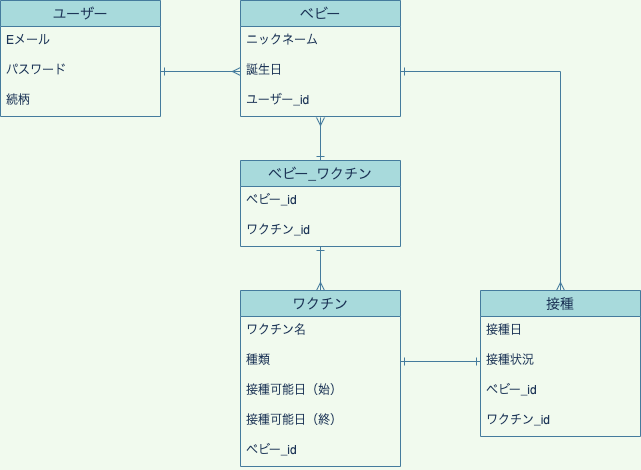
Before: baby_app_erd_ja.png, a diagram exported from draw.io (katao-eng/baby-app). Source tidied: cells renumbered, new cells last; positions are measured from the earlier drawing's top-left corner, leaving out a move shared by most shapes.
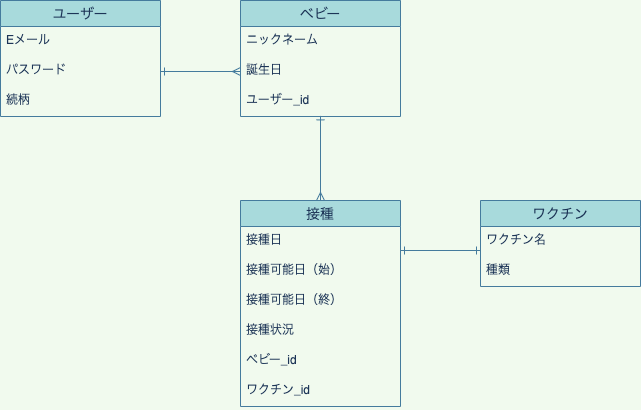
The same diagram one commit later.

Commit message:
ER図（日本語）修正

Change to the diagram source:
```diff
@@ -27,25 +27,28 @@
       <mxGeometry y="86" width="160" height="30" as="geometry" />
     </mxCell>
     <mxCell id="10" value="接種" style="swimlane;fontStyle=0;horizontal=1;startSize=26;align=center;fontSize=14;fillColor=#A8DADC;strokeColor=#457B9D;fontColor=#1D3557;" parent="1" vertex="1">
-      <mxGeometry x="480" y="290" width="160" height="146" as="geometry" />
+      <mxGeometry x="240" y="200" width="160" height="206" as="geometry" />
     </mxCell>
     <mxCell id="11" value="接種日" style="text;strokeColor=none;fillColor=none;spacingLeft=4;spacingRight=4;overflow=hidden;fontSize=12;fontColor=#1D3557;" parent="10" vertex="1">
       <mxGeometry y="26" width="160" height="30" as="geometry" />
     </mxCell>
+    <mxCell id="19" value="接種可能日（始）" style="text;strokeColor=none;fillColor=none;spacingLeft=4;spacingRight=4;overflow=hidden;fontSize=12;fontColor=#1D3557;" parent="10" vertex="1">
+      <mxGeometry y="56" width="160" height="30" as="geometry" />
+    </mxCell>
+    <mxCell id="20" value="接種可能日（終）" style="text;strokeColor=none;fillColor=none;spacingLeft=4;spacingRight=4;overflow=hidden;fontSize=12;fontColor=#1D3557;" parent="10" vertex="1">
+      <mxGeometry y="86" width="160" height="30" as="geometry" />
+    </mxCell>
     <mxCell id="12" value="接種状況" style="text;strokeColor=none;fillColor=none;spacingLeft=4;spacingRight=4;overflow=hidden;points=[[0,0.5],[1,0.5]];portConstraint=eastwest;fontSize=12;fontColor=#1D3557;" parent="10" vertex="1">
-      <mxGeometry y="56" width="160" height="30" as="geometry" />
+      <mxGeometry y="116" width="160" height="30" as="geometry" />
     </mxCell>
     <mxCell id="13" value="ベビー_id" style="text;strokeColor=none;fillColor=none;spacingLeft=4;spacingRight=4;overflow=hidden;fontSize=12;fontColor=#1D3557;" parent="10" vertex="1">
-      <mxGeometry y="86" width="160" height="30" as="geometry" />
+      <mxGeometry y="146" width="160" height="30" as="geometry" />
     </mxCell>
     <mxCell id="14" value="ワクチン_id" style="text;strokeColor=none;fillColor=none;spacingLeft=4;spacingRight=4;overflow=hidden;fontSize=12;fontColor=#1D3557;" parent="10" vertex="1">
-      <mxGeometry y="116" width="160" height="30" as="geometry" />
+      <mxGeometry y="176" width="160" height="30" as="geometry" />
     </mxCell>
-    <mxCell id="15" style="edgeStyle=orthogonalEdgeStyle;curved=0;rounded=1;sketch=0;jettySize=auto;html=1;fontColor=#1D3557;strokeColor=#457B9D;fillColor=#A8DADC;startArrow=ERmany;startFill=0;endArrow=ERone;endFill=0;" parent="1" edge="1" source="16" target="26">
-      <mxGeometry relative="1" as="geometry" />
-    </mxCell>
     <mxCell id="16" value="ワクチン" style="swimlane;fontStyle=0;horizontal=1;startSize=26;align=center;fontSize=14;fillColor=#A8DADC;strokeColor=#457B9D;fontColor=#1D3557;" parent="1" vertex="1">
-      <mxGeometry x="240" y="290" width="160" height="176" as="geometry" />
+      <mxGeometry x="480" y="200" width="160" height="86" as="geometry" />
     </mxCell>
     <mxCell id="17" value="ワクチン名" style="text;strokeColor=none;fillColor=none;spacingLeft=4;spacingRight=4;overflow=hidden;fontSize=12;fontColor=#1D3557;" parent="16" vertex="1">
       <mxGeometry y="26" width="160" height="30" as="geometry" />
@@ -53,35 +56,21 @@
     <mxCell id="18" value="種類" style="text;strokeColor=none;fillColor=none;spacingLeft=4;spacingRight=4;overflow=hidden;points=[[0,0.5],[1,0.5]];portConstraint=eastwest;fontSize=12;fontColor=#1D3557;" parent="16" vertex="1">
       <mxGeometry y="56" width="160" height="30" as="geometry" />
     </mxCell>
-    <mxCell id="19" value="接種可能日（始）" style="text;strokeColor=none;fillColor=none;spacingLeft=4;spacingRight=4;overflow=hidden;fontSize=12;fontColor=#1D3557;" parent="16" vertex="1">
-      <mxGeometry y="86" width="160" height="30" as="geometry" />
-    </mxCell>
-    <mxCell id="20" value="接種可能日（終）" style="text;strokeColor=none;fillColor=none;spacingLeft=4;spacingRight=4;overflow=hidden;fontSize=12;fontColor=#1D3557;" parent="16" vertex="1">
-      <mxGeometry y="116" width="160" height="30" as="geometry" />
-    </mxCell>
-    <mxCell id="21" value="ベビー_id" style="text;strokeColor=none;fillColor=none;spacingLeft=4;spacingRight=4;overflow=hidden;fontSize=12;fontColor=#1D3557;" parent="16" vertex="1">
-      <mxGeometry y="146" width="160" height="30" as="geometry" />
-    </mxCell>
     <mxCell id="22" style="edgeStyle=orthogonalEdgeStyle;rounded=0;jettySize=auto;html=1;exitX=1;exitY=0.5;exitDx=0;exitDy=0;entryX=0;entryY=0.5;entryDx=0;entryDy=0;startArrow=ERone;startFill=0;endArrow=ERmany;endFill=0;labelBackgroundColor=#F1FAEE;strokeColor=#457B9D;fontColor=#1D3557;" parent="1" edge="1" source="4" target="8">
       <mxGeometry relative="1" as="geometry" />
     </mxCell>
-    <mxCell id="23" style="edgeStyle=orthogonalEdgeStyle;rounded=0;jettySize=auto;html=1;exitX=1;exitY=0.5;exitDx=0;exitDy=0;entryX=0.5;entryY=0;entryDx=0;entryDy=0;startArrow=ERone;startFill=0;endArrow=ERmany;endFill=0;labelBackgroundColor=#F1FAEE;strokeColor=#457B9D;fontColor=#1D3557;" parent="1" edge="1" source="8" target="10">
+    <mxCell id="23" style="edgeStyle=orthogonalEdgeStyle;rounded=0;jettySize=auto;html=1;entryX=0.5;entryY=0;entryDx=0;entryDy=0;startArrow=ERone;startFill=0;endArrow=ERmany;endFill=0;labelBackgroundColor=#F1FAEE;strokeColor=#457B9D;fontColor=#1D3557;exitX=0.5;exitY=0.98;exitDx=0;exitDy=0;exitPerimeter=0;" parent="1" edge="1" source="9" target="10">
       <mxGeometry relative="1" as="geometry" />
     </mxCell>
-    <mxCell id="24" style="edgeStyle=orthogonalEdgeStyle;rounded=0;jettySize=auto;html=1;exitX=1;exitY=0.5;exitDx=0;exitDy=0;startArrow=ERone;startFill=0;endArrow=ERone;endFill=0;entryX=0;entryY=0.5;entryDx=0;entryDy=0;labelBackgroundColor=#F1FAEE;strokeColor=#457B9D;fontColor=#1D3557;" parent="1" edge="1" source="18" target="12">
-      <mxGeometry relative="1" as="geometry" />
+    <mxCell id="24" style="edgeStyle=orthogonalEdgeStyle;rounded=0;orthogonalLoop=1;jettySize=auto;html=1;startArrow=ERone;startFill=0;endArrow=ERone;endFill=0;labelBackgroundColor=#F1FAEE;strokeColor=#457B9D;fontColor=#1D3557;" parent="1" edge="1">
+      <mxGeometry relative="1" as="geometry">
+        <mxPoint x="480" y="250" as="sourcePoint" />
+        <mxPoint x="400" y="250" as="targetPoint" />
+        <Array as="points">
+          <mxPoint x="480" y="250" />
+          <mxPoint x="400" y="250" />
+        </Array>
+      </mxGeometry>
     </mxCell>
-    <mxCell id="25" style="edgeStyle=orthogonalEdgeStyle;curved=0;rounded=1;sketch=0;jettySize=auto;html=1;exitX=0.5;exitY=0;exitDx=0;exitDy=0;entryX=0.5;entryY=1.033;entryDx=0;entryDy=0;entryPerimeter=0;fontColor=#1D3557;startArrow=ERone;startFill=0;endArrow=ERmany;endFill=0;strokeColor=#457B9D;fillColor=#A8DADC;" parent="1" edge="1" source="26" target="9">
-      <mxGeometry relative="1" as="geometry" />
-    </mxCell>
-    <mxCell id="26" value="ベビー_ワクチン" style="swimlane;fontStyle=0;horizontal=1;startSize=26;align=center;fontSize=14;fillColor=#A8DADC;strokeColor=#457B9D;fontColor=#1D3557;" parent="1" vertex="1">
-      <mxGeometry x="240" y="160" width="160" height="86" as="geometry" />
-    </mxCell>
-    <mxCell id="27" value="ベビー_id" style="text;strokeColor=none;fillColor=none;spacingLeft=4;spacingRight=4;overflow=hidden;fontSize=12;fontColor=#1D3557;" parent="26" vertex="1">
-      <mxGeometry y="26" width="160" height="30" as="geometry" />
-    </mxCell>
-    <mxCell id="28" value="ワクチン_id" style="text;strokeColor=none;fillColor=none;spacingLeft=4;spacingRight=4;overflow=hidden;fontSize=12;fontColor=#1D3557;" parent="26" vertex="1">
-      <mxGeometry y="56" width="160" height="30" as="geometry" />
-    </mxCell>
   </root>
 </mxGraphModel>
```
